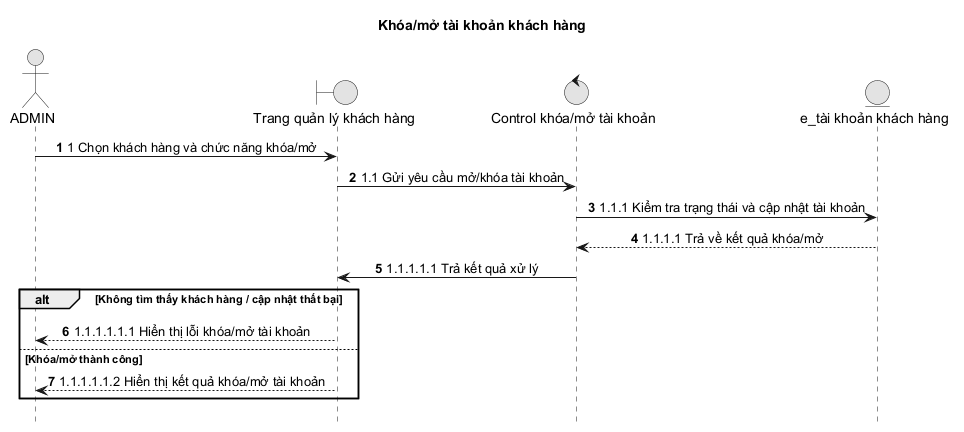
This is docs/diagrams/sequence-new/admin/04-lock-unlock-account.png from duygri/do-an-htttdn-crm, a PlantUML export, as it was before one commit.
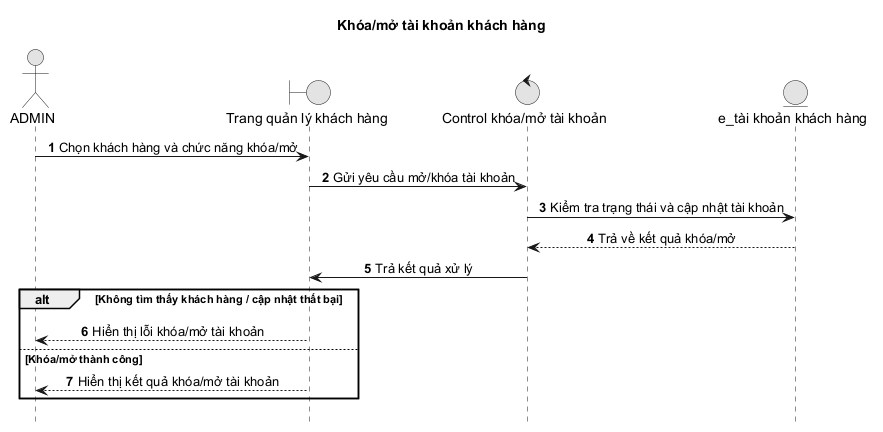
After the commit.

Diff of the diagram source:
```diff
@@ -11,15 +11,15 @@
 control "Control khóa/mở tài khoản" as Control
 entity "e_tài khoản khách hàng" as Entity
 
-Admin -> Boundary: 1 Chọn khách hàng và chức năng khóa/mở
-Boundary -> Control: 1.1 Gửi yêu cầu mở/khóa tài khoản
-Control -> Entity: 1.1.1 Kiểm tra trạng thái và cập nhật tài khoản
-Entity --> Control: 1.1.1.1 Trả về kết quả khóa/mở
-Control -> Boundary: 1.1.1.1.1 Trả kết quả xử lý
+Admin -> Boundary: Chọn khách hàng và chức năng khóa/mở
+Boundary -> Control: Gửi yêu cầu mở/khóa tài khoản
+Control -> Entity: Kiểm tra trạng thái và cập nhật tài khoản
+Entity --> Control: Trả về kết quả khóa/mở
+Control -> Boundary: Trả kết quả xử lý
 
 alt Không tìm thấy khách hàng / cập nhật thất bại
-  Boundary --> Admin: 1.1.1.1.1.1 Hiển thị lỗi khóa/mở tài khoản
+  Boundary --> Admin: Hiển thị lỗi khóa/mở tài khoản
 else Khóa/mở thành công
-  Boundary --> Admin: 1.1.1.1.1.2 Hiển thị kết quả khóa/mở tài khoản
+  Boundary --> Admin: Hiển thị kết quả khóa/mở tài khoản
 end
 @enduml
```
